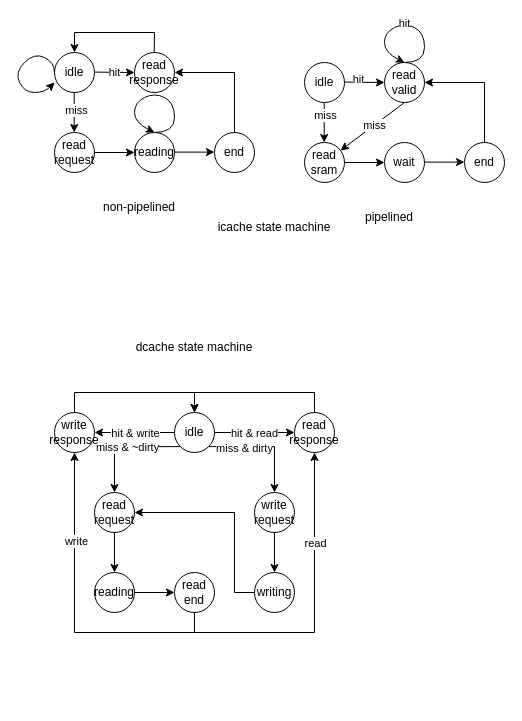
DavidZyy/drawio_repo keeps this draw.io diagram as cpu.drawio. Above is the earlier version. Source tidied: cells renumbered, new cells numbered last; positions are measured from the earlier drawing's top-left corner, leaving out a move shared by most shapes. Both pictures are drawn from the tidied source at 100%, with x=0, y=0 at pixel (14, 22).
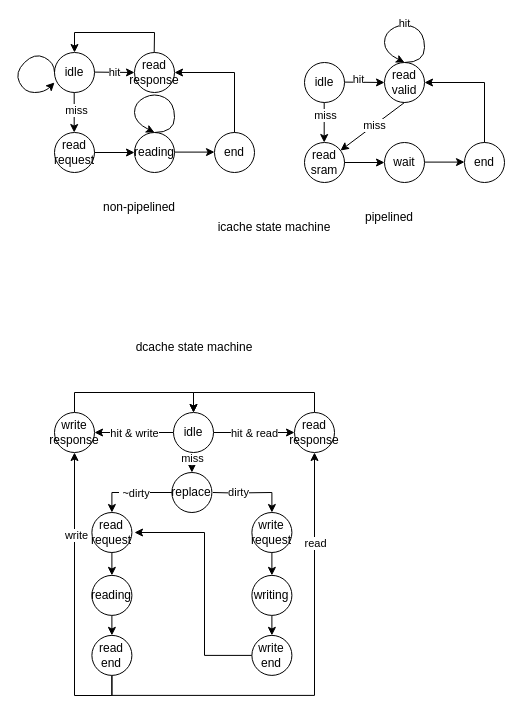
The same diagram, later.

Commit message:
update dcache state machine

The change refers to these unchanged cells:
```xml
<mxCell id="49" value="write&lt;br&gt;response" style="ellipse;whiteSpace=wrap;html=1;" parent="1" vertex="1">
  <mxGeometry x="40" y="390" width="40" height="40" as="geometry" />
</mxCell>
<mxCell id="60" style="edgeStyle=orthogonalEdgeStyle;rounded=0;jettySize=auto;html=1;exitX=0.5;exitY=1;exitDx=0;exitDy=0;entryX=0.5;entryY=1;entryDx=0;entryDy=0;" parent="1" edge="1" source="62" target="47">
  <mxGeometry relative="1" as="geometry" />
</mxCell>
```

What changed in the source:
```diff
@@
-    <mxCell id="41" style="edgeStyle=orthogonalEdgeStyle;rounded=0;jettySize=auto;html=1;exitX=1;exitY=1;exitDx=0;exitDy=0;entryX=0.5;entryY=0;entryDx=0;entryDy=0;" parent="1" edge="1" source="45" target="53">
-      <mxGeometry relative="1" as="geometry" />
+    <mxCell id="41" style="edgeStyle=orthogonalEdgeStyle;rounded=0;jettySize=auto;html=1;entryX=0.5;entryY=0;entryDx=0;entryDy=0;" parent="1" edge="1" target="53">
+      <mxGeometry relative="1" as="geometry">
+        <mxPoint x="198.4" y="470" as="sourcePoint" />
+      </mxGeometry>
     </mxCell>
-    <mxCell id="42" value="miss &amp;amp; dirty" style="edgeLabel;html=1;align=center;verticalAlign=middle;" parent="41" vertex="1">
-      <mxGeometry x="-0.38" y="-1" relative="1" as="geometry" />
-    </mxCell>
+    <mxCell id="63" value="dirty" style="edgeLabel;html=1;align=center;verticalAlign=middle;" parent="41" vertex="1">
+      <mxGeometry x="-0.35" y="1" relative="1" as="geometry" />
+    </mxCell>
-    <mxCell id="43" style="edgeStyle=orthogonalEdgeStyle;rounded=0;jettySize=auto;html=1;exitX=0;exitY=1;exitDx=0;exitDy=0;entryX=0.5;entryY=0;entryDx=0;entryDy=0;" parent="1" edge="1" source="45" target="51">
+    <mxCell id="43" style="edgeStyle=orthogonalEdgeStyle;rounded=0;jettySize=auto;html=1;exitX=0;exitY=0.5;exitDx=0;exitDy=0;entryX=0.5;entryY=0;entryDx=0;entryDy=0;" parent="1" edge="1" source="67" target="51">
       <mxGeometry relative="1" as="geometry" />
     </mxCell>
-    <mxCell id="44" value="miss &amp;amp; ~dirty" style="edgeLabel;html=1;align=center;verticalAlign=middle;" parent="43" vertex="1">
+    <mxCell id="44" value="&amp;nbsp;~dirty" style="edgeLabel;html=1;align=center;verticalAlign=middle;" parent="43" vertex="1">
       <mxGeometry x="-0.05" relative="1" as="geometry" />
     </mxCell>
+    <mxCell id="64" style="edgeStyle=orthogonalEdgeStyle;rounded=0;jettySize=auto;html=1;exitX=0.5;exitY=1;exitDx=0;exitDy=0;entryX=0.5;entryY=0;entryDx=0;entryDy=0;" parent="1" edge="1" source="45" target="67">
+      <mxGeometry relative="1" as="geometry" />
+    </mxCell>
+    <mxCell id="65" value="miss" style="edgeLabel;html=1;align=center;verticalAlign=middle;" parent="64" vertex="1">
+      <mxGeometry x="-0.38" y="1" relative="1" as="geometry">
+        <mxPoint x="-1" as="offset" />
+      </mxGeometry>
+    </mxCell>
     <mxCell id="45" value="idle" style="ellipse;whiteSpace=wrap;html=1;" parent="1" vertex="1">
-      <mxGeometry x="160" y="390" width="40" height="40" as="geometry" />
+      <mxGeometry x="159" y="390" width="40" height="40" as="geometry" />
     </mxCell>
@@
     <mxCell id="51" value="read&lt;br&gt;request" style="ellipse;whiteSpace=wrap;html=1;" parent="1" vertex="1">
-      <mxGeometry x="80" y="470" width="40" height="40" as="geometry" />
+      <mxGeometry x="77.4" y="490" width="40" height="40" as="geometry" />
     </mxCell>
@@
     <mxCell id="53" value="write&lt;br&gt;request" style="ellipse;whiteSpace=wrap;html=1;" parent="1" vertex="1">
-      <mxGeometry x="240" y="470" width="40" height="40" as="geometry" />
+      <mxGeometry x="237.4" y="490" width="40" height="40" as="geometry" />
     </mxCell>
-    <mxCell id="54" style="edgeStyle=orthogonalEdgeStyle;rounded=0;jettySize=auto;html=1;exitX=1;exitY=0.5;exitDx=0;exitDy=0;entryX=0;entryY=0.5;entryDx=0;entryDy=0;" parent="1" edge="1" source="55" target="62">
+    <mxCell id="54" style="edgeStyle=orthogonalEdgeStyle;rounded=0;jettySize=auto;html=1;exitX=0.5;exitY=1;exitDx=0;exitDy=0;entryX=0.5;entryY=0;entryDx=0;entryDy=0;" parent="1" edge="1" source="55" target="62">
       <mxGeometry relative="1" as="geometry" />
     </mxCell>
     <mxCell id="55" value="reading" style="ellipse;whiteSpace=wrap;html=1;" parent="1" vertex="1">
-      <mxGeometry x="80" y="550" width="40" height="40" as="geometry" />
+      <mxGeometry x="77.4" y="552.9" width="40" height="40" as="geometry" />
     </mxCell>
-    <mxCell id="56" style="edgeStyle=orthogonalEdgeStyle;rounded=0;jettySize=auto;html=1;exitX=0;exitY=0.5;exitDx=0;exitDy=0;entryX=1;entryY=0.5;entryDx=0;entryDy=0;" parent="1" edge="1" source="57" target="51">
-      <mxGeometry relative="1" as="geometry">
-        <Array as="points">
-          <mxPoint x="220" y="570" />
-          <mxPoint x="220" y="490" />
-        </Array>
-      </mxGeometry>
-    </mxCell>
+    <mxCell id="66" style="edgeStyle=orthogonalEdgeStyle;rounded=0;jettySize=auto;html=1;exitX=0.5;exitY=1;exitDx=0;exitDy=0;entryX=0.5;entryY=0;entryDx=0;entryDy=0;" parent="1" edge="1" source="57" target="69">
+      <mxGeometry relative="1" as="geometry" />
+    </mxCell>
     <mxCell id="57" value="writing" style="ellipse;whiteSpace=wrap;html=1;" parent="1" vertex="1">
-      <mxGeometry x="240" y="550" width="40" height="40" as="geometry" />
+      <mxGeometry x="237.4" y="552.9" width="40" height="40" as="geometry" />
     </mxCell>
     <mxCell id="58" style="edgeStyle=orthogonalEdgeStyle;rounded=0;jettySize=auto;html=1;exitX=0.5;exitY=1;exitDx=0;exitDy=0;entryX=0.5;entryY=1;entryDx=0;entryDy=0;" parent="1" edge="1" source="62" target="49">
-      <mxGeometry relative="1" as="geometry" />
+      <mxGeometry relative="1" as="geometry">
+        <Array as="points">
+          <mxPoint x="97" y="673" />
+          <mxPoint x="60" y="673" />
+        </Array>
+      </mxGeometry>
     </mxCell>
@@
     <mxCell id="61" value="read" style="edgeLabel;html=1;align=center;verticalAlign=middle;" parent="60" vertex="1">
       <mxGeometry x="0.47" y="1" relative="1" as="geometry">
-        <mxPoint x="1" y="5" as="offset" />
+        <mxPoint x="1" y="-33" as="offset" />
       </mxGeometry>
     </mxCell>
     <mxCell id="62" value="read&lt;br&gt;end" style="ellipse;whiteSpace=wrap;html=1;" parent="1" vertex="1">
-      <mxGeometry x="160" y="550" width="40" height="40" as="geometry" />
+      <mxGeometry x="77.4" y="612.9" width="40" height="40" as="geometry" />
     </mxCell>
+    <mxCell id="67" value="replace" style="ellipse;whiteSpace=wrap;html=1;" parent="1" vertex="1">
+      <mxGeometry x="157.4" y="450" width="40" height="40" as="geometry" />
+    </mxCell>
+    <mxCell id="68" style="edgeStyle=orthogonalEdgeStyle;rounded=0;jettySize=auto;html=1;exitX=0;exitY=0.5;exitDx=0;exitDy=0;" parent="1" edge="1" source="69">
+      <mxGeometry relative="1" as="geometry">
+        <mxPoint x="120" y="510" as="targetPoint" />
+        <Array as="points">
+          <mxPoint x="190" y="633" />
+          <mxPoint x="190" y="510" />
+        </Array>
+      </mxGeometry>
+    </mxCell>
+    <mxCell id="69" value="write&lt;br&gt;end" style="ellipse;whiteSpace=wrap;html=1;" parent="1" vertex="1">
+      <mxGeometry x="237.4" y="612.9" width="40" height="40" as="geometry" />
+    </mxCell>
```
